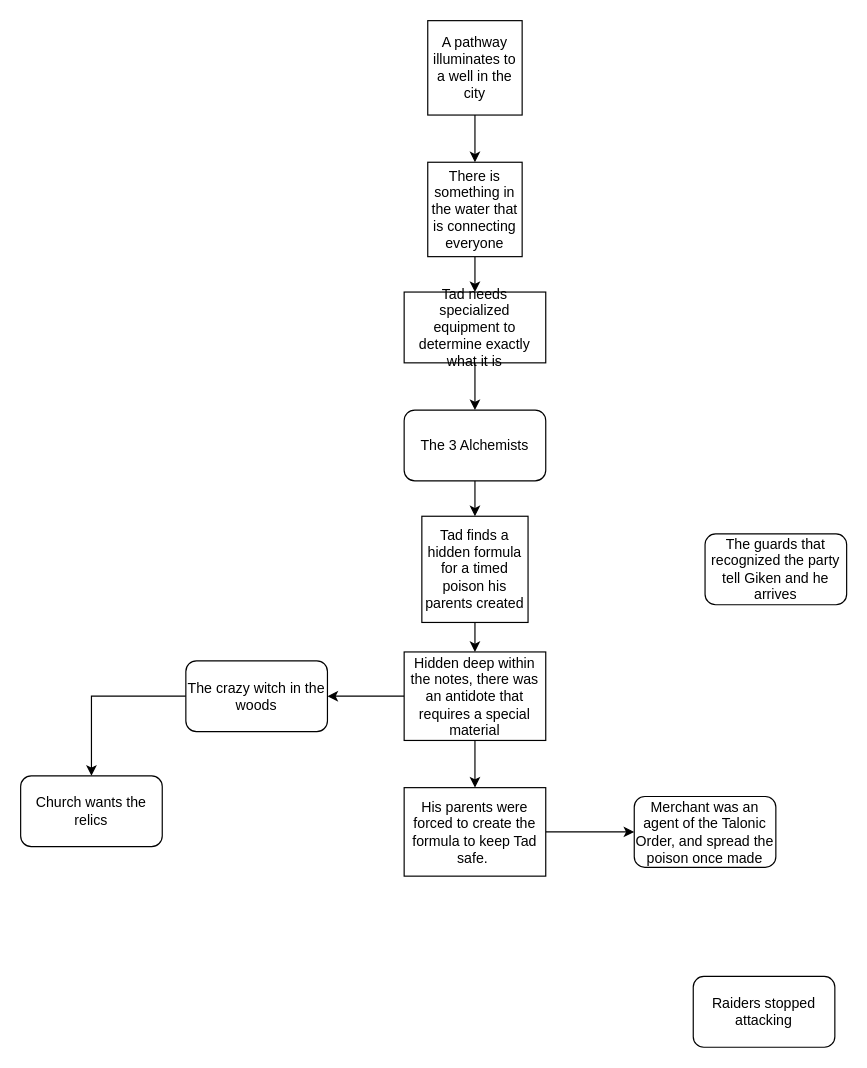
The draw.io diagram Tad Plot.drawio in Gibberoni/traetarc, before the edit. Source tidied: cells renumbered, new cells numbered last; positions are measured from the earlier drawing's top-left corner, leaving out a move shared by most shapes. Both pictures are drawn from the tidied source at 118%, with x=0, y=0 at pixel (20, 20).
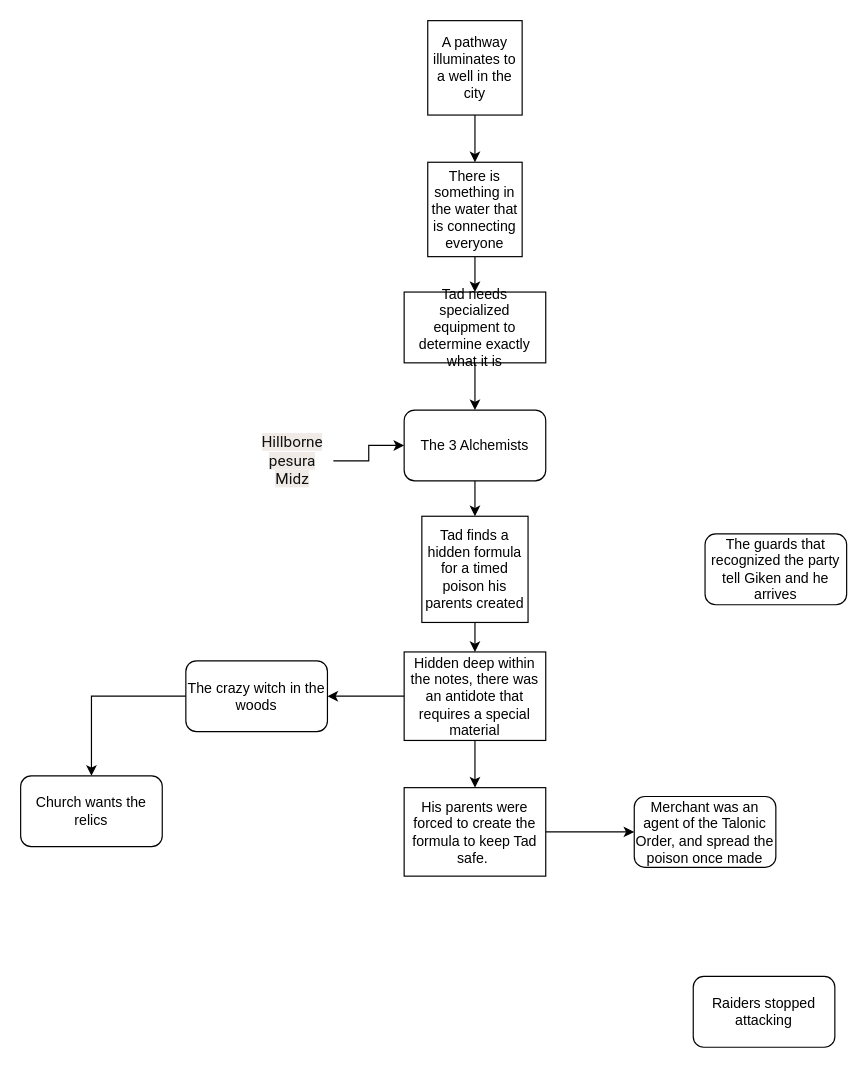
Above is the later version.

The change refers to these unchanged cells:
```xml
<mxCell id="8" value="The 3 Alchemists" style="rounded=1;whiteSpace=wrap;html=1;" parent="1" vertex="1">
  <mxGeometry x="325" y="330" width="120" height="60" as="geometry" />
</mxCell>
```

The edit, as a diff of the source:
```diff
@@
+    <mxCell id="23" style="edgeStyle=orthogonalEdgeStyle;rounded=0;jettySize=auto;html=1;" parent="1" edge="1" source="24" target="8">
+      <mxGeometry relative="1" as="geometry" />
+    </mxCell>
+    <mxCell id="24" value="&lt;span style=&quot;color: rgb(17, 17, 17); font-family: Roboto, sans-serif; font-size: 13px; text-align: left; text-wrap-mode: wrap; background-color: rgb(241, 235, 232);&quot;&gt;Hillborne&lt;/span&gt;&lt;br style=&quot;box-sizing: border-box; scrollbar-width: thin; scrollbar-color: rgb(93, 20, 43) rgba(0, 0, 0, 0); color: rgb(17, 17, 17); font-family: Roboto, sans-serif; font-size: 13px; text-align: left; text-wrap-mode: wrap; background-color: rgb(241, 235, 232);&quot;&gt;&lt;span style=&quot;color: rgb(17, 17, 17); font-family: Roboto, sans-serif; font-size: 13px; text-align: left; text-wrap-mode: wrap; background-color: rgb(241, 235, 232);&quot;&gt;pesura&lt;/span&gt;&lt;br style=&quot;box-sizing: border-box; scrollbar-width: thin; scrollbar-color: rgb(93, 20, 43) rgba(0, 0, 0, 0); color: rgb(17, 17, 17); font-family: Roboto, sans-serif; font-size: 13px; text-align: left; text-wrap-mode: wrap; background-color: rgb(241, 235, 232);&quot;&gt;&lt;span style=&quot;color: rgb(17, 17, 17); font-family: Roboto, sans-serif; font-size: 13px; text-align: left; text-wrap-mode: wrap; background-color: rgb(241, 235, 232);&quot;&gt;Midz&lt;/span&gt;" style="text;html=1;align=center;verticalAlign=middle;points=[];strokeColor=none;fillColor=none;" parent="1" vertex="1">
+      <mxGeometry x="195" y="343" width="70" height="60" as="geometry" />
+    </mxCell>
```
